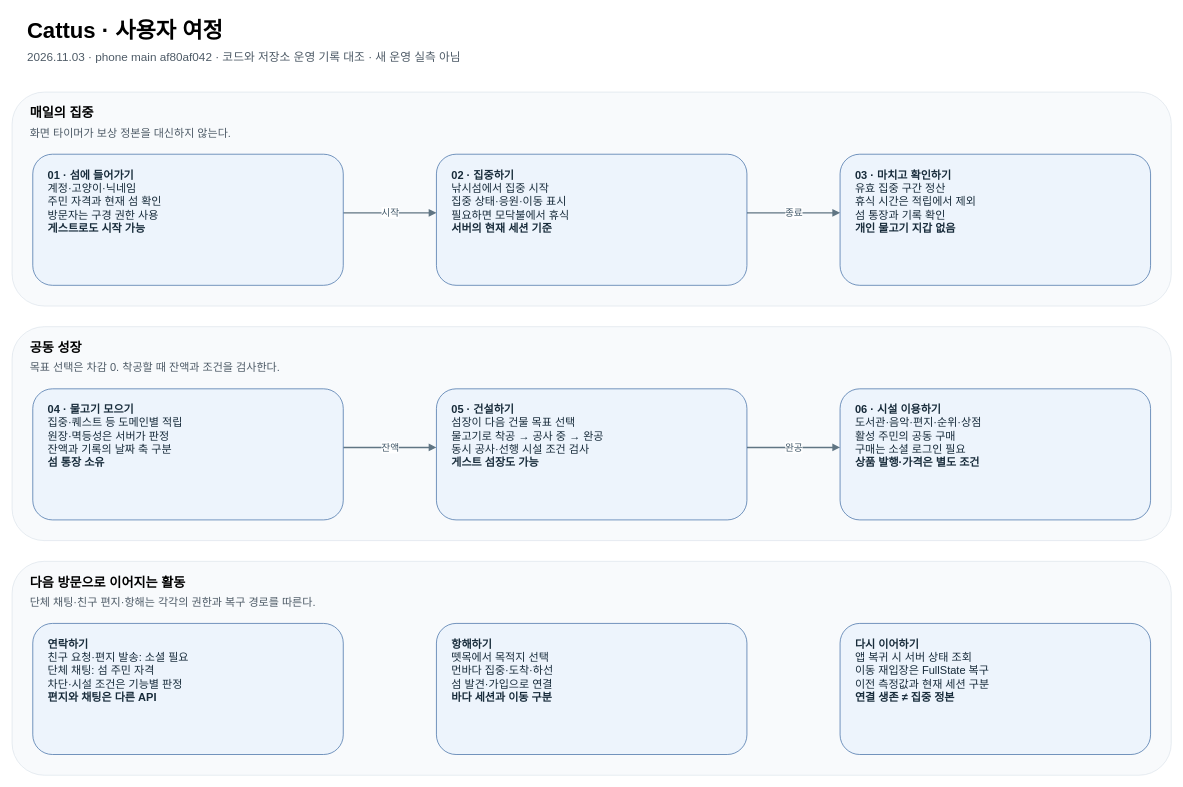
Above: portfolio/diagrams/02-journey.drawio.xml in OneOrThree/oneorthree-docs (draw.io), before the change. Source tidied: cells renumbered, new cells numbered last; positions are measured from the earlier drawing's top-left corner, leaving out a move shared by most shapes. Both pictures are drawn from the tidied source at 69%, with x=0, y=0 at pixel (12, 12).
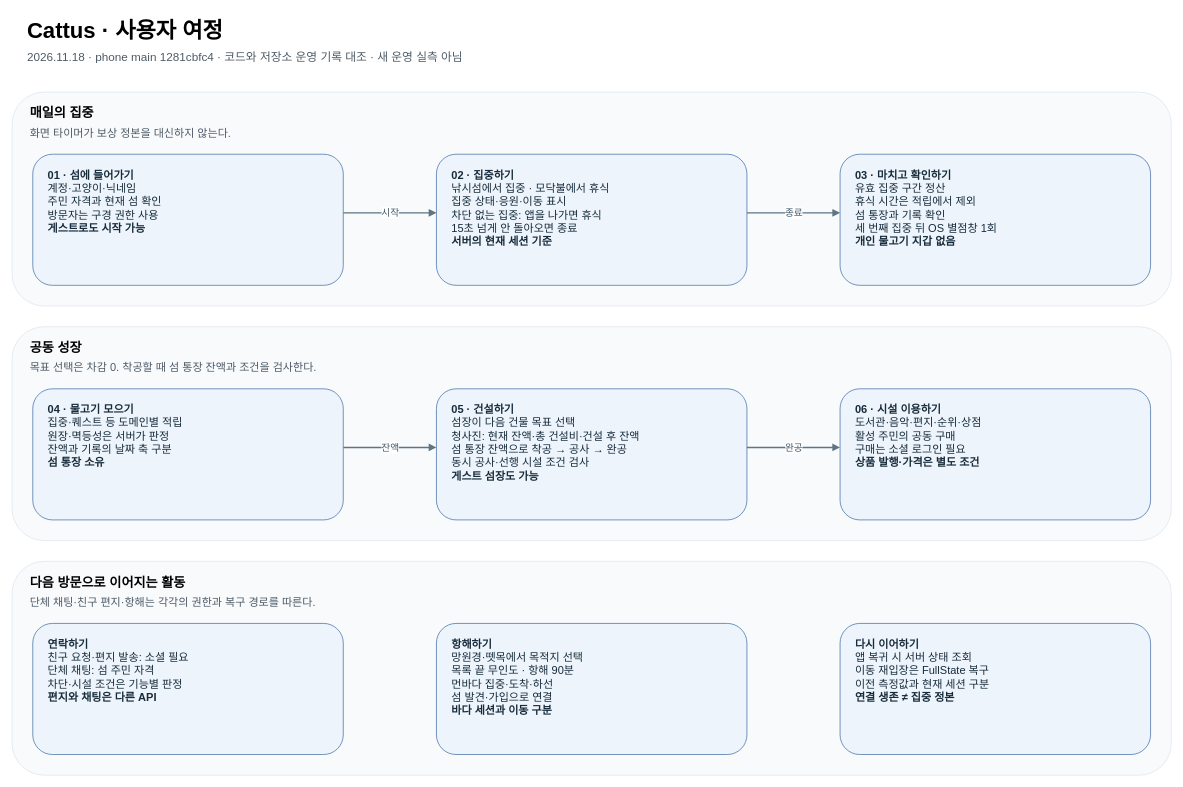
After the change.

Change to the diagram source:
```diff
@@
-    <mxCell id="3" value="2026.11.03 · phone main af80af042 · 코드와 저장소 운영 기록 대조 · 새 운영 실측 아님" style="text;html=0;fontSize=17;align=left;fontColor=#4d5a66;" parent="1" vertex="1">
+    <mxCell id="3" value="2026.11.18 · phone main 1281cbfc4 · 코드와 저장소 운영 기록 대조 · 새 운영 실측 아님" style="text;html=0;fontSize=17;align=left;fontColor=#4d5a66;" parent="1" vertex="1">
       <mxGeometry x="20" y="48" width="1640" height="30" as="geometry" />
     </mxCell>
@@
-    <mxCell id="9" value="목표 선택은 차감 0. 착공할 때 잔액과 조건을 검사한다." style="text;html=0;fontSize=16;align=left;fontColor=#4d5a66;" parent="1" vertex="1">
+    <mxCell id="9" value="목표 선택은 차감 0. 착공할 때 섬 통장 잔액과 조건을 검사한다." style="text;html=0;fontSize=16;align=left;fontColor=#4d5a66;" parent="1" vertex="1">
       <mxGeometry x="24" y="499" width="1632" height="26" as="geometry" />
     </mxCell>
@@
-    <mxCell id="18" value="&lt;b&gt;02 · 집중하기&lt;/b&gt;&lt;br&gt;낚시섬에서 집중 시작&lt;br&gt;집중 상태·응원·이동 표시&lt;br&gt;필요하면 모닥불에서 휴식&lt;br&gt;&lt;b&gt;서버의 현재 세션 기준&lt;/b&gt;" style="rounded=1;whiteSpace=wrap;html=1;fillColor=#edf4fc;strokeColor=#3866a0;fontColor=#172b3a;fontSize=16;align=left;verticalAlign=top;spacingTop=14;spacingLeft=20;spacingRight=14;spacingBottom=12;" parent="1" vertex="1">
+    <mxCell id="18" value="&lt;b&gt;02 · 집중하기&lt;/b&gt;&lt;br&gt;낚시섬에서 집중 · 모닥불에서 휴식&lt;br&gt;집중 상태·응원·이동 표시&lt;br&gt;차단 없는 집중: 앱을 나가면 휴식&lt;br&gt;15초 넘게 안 돌아오면 종료&lt;br&gt;&lt;b&gt;서버의 현재 세션 기준&lt;/b&gt;" style="rounded=1;whiteSpace=wrap;html=1;fillColor=#edf4fc;strokeColor=#3866a0;fontColor=#172b3a;fontSize=16;align=left;verticalAlign=top;spacingTop=14;spacingLeft=20;spacingRight=14;spacingBottom=12;" parent="1" vertex="1">
       <mxGeometry x="615" y="206" width="450" height="190" as="geometry" />
     </mxCell>
-    <mxCell id="19" value="&lt;b&gt;03 · 마치고 확인하기&lt;/b&gt;&lt;br&gt;유효 집중 구간 정산&lt;br&gt;휴식 시간은 적립에서 제외&lt;br&gt;섬 통장과 기록 확인&lt;br&gt;&lt;b&gt;개인 물고기 지갑 없음&lt;/b&gt;" style="rounded=1;whiteSpace=wrap;html=1;fillColor=#edf4fc;strokeColor=#3866a0;fontColor=#172b3a;fontSize=16;align=left;verticalAlign=top;spacingTop=14;spacingLeft=20;spacingRight=14;spacingBottom=12;" parent="1" vertex="1">
+    <mxCell id="19" value="&lt;b&gt;03 · 마치고 확인하기&lt;/b&gt;&lt;br&gt;유효 집중 구간 정산&lt;br&gt;휴식 시간은 적립에서 제외&lt;br&gt;섬 통장과 기록 확인&lt;br&gt;세 번째 집중 뒤 OS 별점창 1회&lt;br&gt;&lt;b&gt;개인 물고기 지갑 없음&lt;/b&gt;" style="rounded=1;whiteSpace=wrap;html=1;fillColor=#edf4fc;strokeColor=#3866a0;fontColor=#172b3a;fontSize=16;align=left;verticalAlign=top;spacingTop=14;spacingLeft=20;spacingRight=14;spacingBottom=12;" parent="1" vertex="1">
       <mxGeometry x="1200" y="206" width="450" height="190" as="geometry" />
     </mxCell>
@@
-    <mxCell id="21" value="&lt;b&gt;05 · 건설하기&lt;/b&gt;&lt;br&gt;섬장이 다음 건물 목표 선택&lt;br&gt;물고기로 착공 → 공사 중 → 완공&lt;br&gt;동시 공사·선행 시설 조건 검사&lt;br&gt;&lt;b&gt;게스트 섬장도 가능&lt;/b&gt;" style="rounded=1;whiteSpace=wrap;html=1;fillColor=#edf4fc;strokeColor=#3866a0;fontColor=#172b3a;fontSize=16;align=left;verticalAlign=top;spacingTop=14;spacingLeft=20;spacingRight=14;spacingBottom=12;" parent="1" vertex="1">
+    <mxCell id="21" value="&lt;b&gt;05 · 건설하기&lt;/b&gt;&lt;br&gt;섬장이 다음 건물 목표 선택&lt;br&gt;청사진: 현재 잔액·총 건설비·건설 후 잔액&lt;br&gt;섬 통장 잔액으로 착공 → 공사 → 완공&lt;br&gt;동시 공사·선행 시설 조건 검사&lt;br&gt;&lt;b&gt;게스트 섬장도 가능&lt;/b&gt;" style="rounded=1;whiteSpace=wrap;html=1;fillColor=#edf4fc;strokeColor=#3866a0;fontColor=#172b3a;fontSize=16;align=left;verticalAlign=top;spacingTop=14;spacingLeft=20;spacingRight=14;spacingBottom=12;" parent="1" vertex="1">
       <mxGeometry x="615" y="546" width="450" height="190" as="geometry" />
     </mxCell>
@@
-    <mxCell id="24" value="&lt;b&gt;항해하기&lt;/b&gt;&lt;br&gt;뗏목에서 목적지 선택&lt;br&gt;먼바다 집중·도착·하선&lt;br&gt;섬 발견·가입으로 연결&lt;br&gt;&lt;b&gt;바다 세션과 이동 구분&lt;/b&gt;" style="rounded=1;whiteSpace=wrap;html=1;fillColor=#edf4fc;strokeColor=#3866a0;fontColor=#172b3a;fontSize=16;align=left;verticalAlign=top;spacingTop=14;spacingLeft=20;spacingRight=14;spacingBottom=12;" parent="1" vertex="1">
+    <mxCell id="24" value="&lt;b&gt;항해하기&lt;/b&gt;&lt;br&gt;망원경·뗏목에서 목적지 선택&lt;br&gt;목록 끝 무인도 · 항해 90분&lt;br&gt;먼바다 집중·도착·하선&lt;br&gt;섬 발견·가입으로 연결&lt;br&gt;&lt;b&gt;바다 세션과 이동 구분&lt;/b&gt;" style="rounded=1;whiteSpace=wrap;html=1;fillColor=#edf4fc;strokeColor=#3866a0;fontColor=#172b3a;fontSize=16;align=left;verticalAlign=top;spacingTop=14;spacingLeft=20;spacingRight=14;spacingBottom=12;" parent="1" vertex="1">
       <mxGeometry x="615" y="886" width="450" height="190" as="geometry" />
     </mxCell>
```
